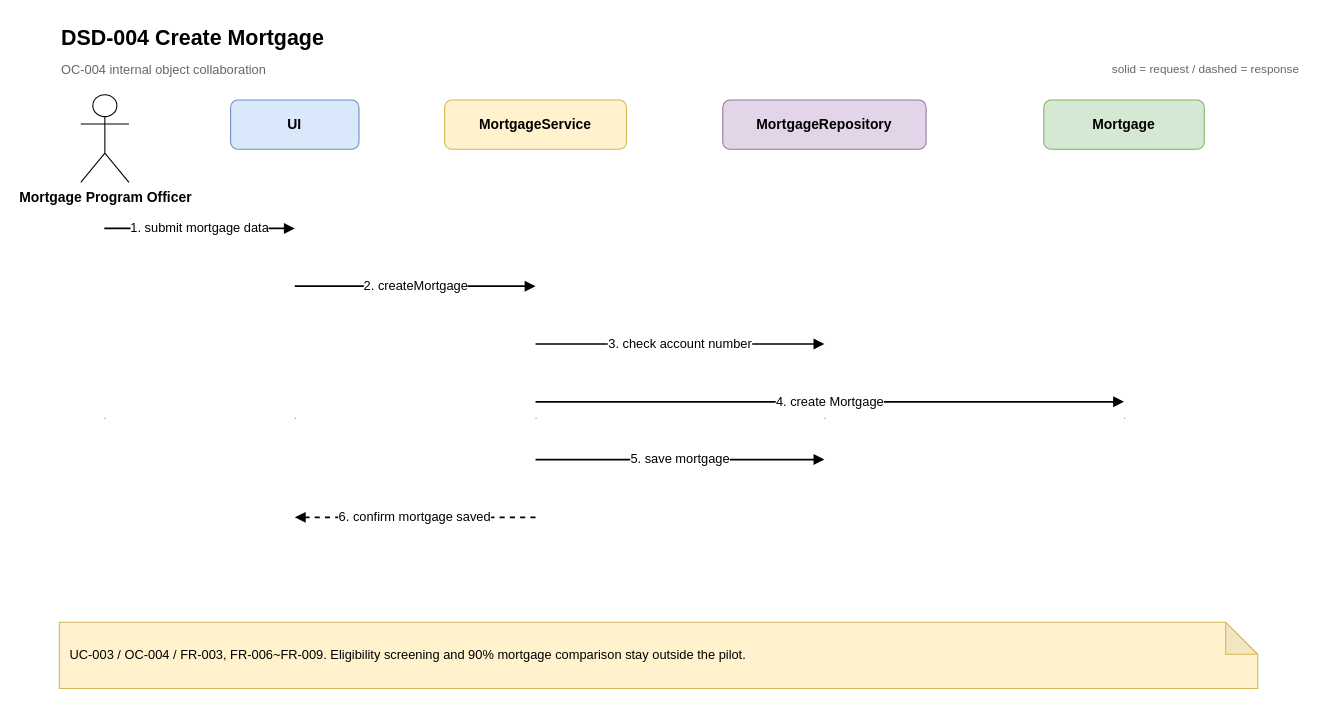
snvnn/Sysad-Term-Project keeps this draw.io diagram as page "DSD-004 Create Mortgage" (4 of 11) of docs/07-design/sequence-diagrams.drawio. Above is the earlier version. Source tidied: cells renumbered, new cells numbered last; positions are measured from the earlier drawing's top-left corner, leaving out a move shared by most shapes. Both pictures are drawn from the tidied source at 107%, with x=0, y=0 at pixel (59, 18).
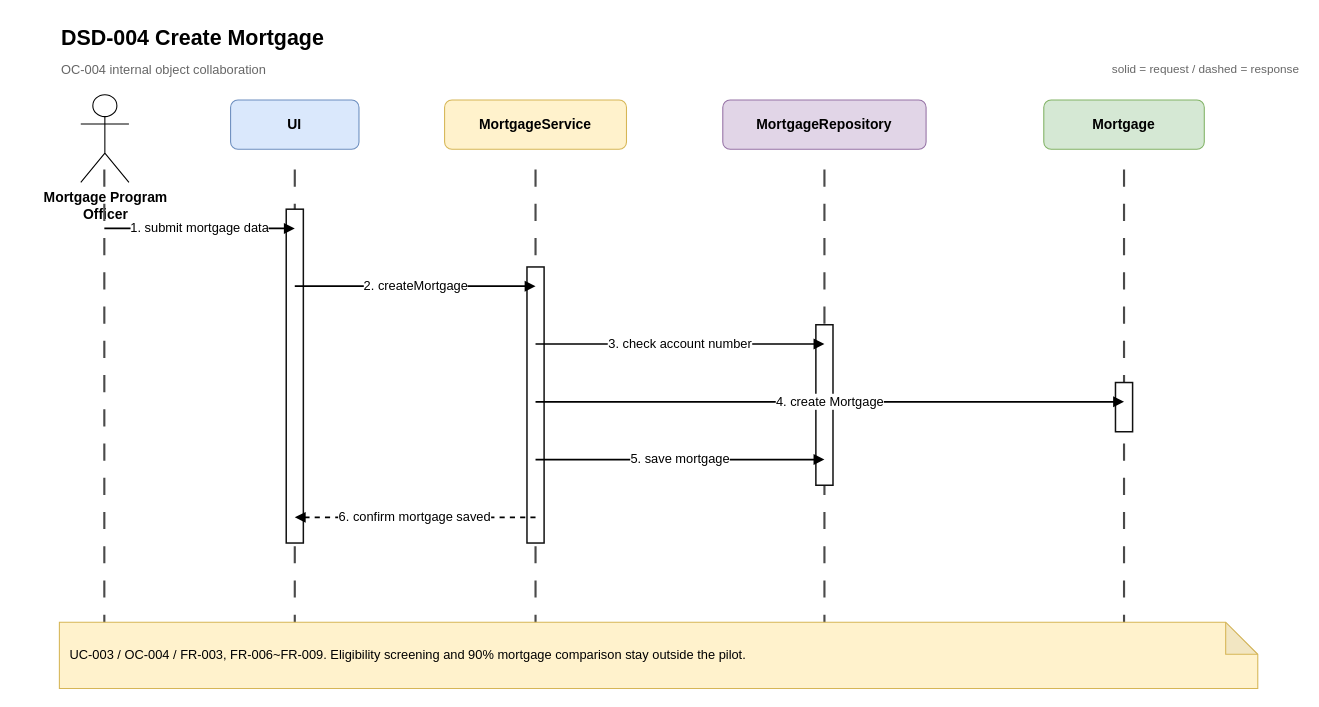
After the change.

What changed in the source:
```diff
@@
-    <mxCell id="5" value="Mortgage Program Officer" style="shape=umlActor;verticalLabelPosition=bottom;verticalAlign=top;html=1;fontSize=13;fontStyle=1;" parent="1" vertex="1">
+    <mxCell id="5" value="Mortgage Program&lt;br&gt;Officer" style="shape=umlActor;verticalLabelPosition=bottom;verticalAlign=top;html=1;fontSize=13;fontStyle=1;" parent="1" vertex="1">
       <mxGeometry x="20" y="71" width="45" height="82" as="geometry" />
     </mxCell>
-    <mxCell id="6" style="shape=line;html=1;strokeColor=#999999;dashed=1;strokeWidth=1;" parent="1" vertex="1">
-      <mxGeometry x="42" y="141" width="1" height="465" as="geometry" />
+    <mxCell id="6" style="endArrow=none;html=1;rounded=0;strokeColor=#4A4A4A;dashed=1;dashPattern=8 8;strokeWidth=2;" parent="1" edge="1">
+      <mxGeometry relative="1" as="geometry">
+        <mxPoint x="42" y="141" as="sourcePoint" />
+        <mxPoint x="42" y="606" as="targetPoint" />
+      </mxGeometry>
     </mxCell>
@@
-    <mxCell id="8" style="shape=line;html=1;strokeColor=#999999;dashed=1;strokeWidth=1;" parent="1" vertex="1">
-      <mxGeometry x="220" y="141" width="1" height="465" as="geometry" />
+    <mxCell id="8" style="endArrow=none;html=1;rounded=0;strokeColor=#4A4A4A;dashed=1;dashPattern=8 8;strokeWidth=2;" parent="1" edge="1">
+      <mxGeometry relative="1" as="geometry">
+        <mxPoint x="220" y="141" as="sourcePoint" />
+        <mxPoint x="220" y="606" as="targetPoint" />
+      </mxGeometry>
     </mxCell>
@@
-    <mxCell id="10" style="shape=line;html=1;strokeColor=#999999;dashed=1;strokeWidth=1;" parent="1" vertex="1">
-      <mxGeometry x="445" y="141" width="1" height="465" as="geometry" />
+    <mxCell id="10" style="endArrow=none;html=1;rounded=0;strokeColor=#4A4A4A;dashed=1;dashPattern=8 8;strokeWidth=2;" parent="1" edge="1">
+      <mxGeometry relative="1" as="geometry">
+        <mxPoint x="445" y="141" as="sourcePoint" />
+        <mxPoint x="445" y="606" as="targetPoint" />
+      </mxGeometry>
     </mxCell>
@@
-    <mxCell id="12" style="shape=line;html=1;strokeColor=#999999;dashed=1;strokeWidth=1;" parent="1" vertex="1">
-      <mxGeometry x="715" y="141" width="1" height="465" as="geometry" />
+    <mxCell id="12" style="endArrow=none;html=1;rounded=0;strokeColor=#4A4A4A;dashed=1;dashPattern=8 8;strokeWidth=2;" parent="1" edge="1">
+      <mxGeometry relative="1" as="geometry">
+        <mxPoint x="715" y="141" as="sourcePoint" />
+        <mxPoint x="715" y="606" as="targetPoint" />
+      </mxGeometry>
     </mxCell>
@@
-    <mxCell id="14" style="shape=line;html=1;strokeColor=#999999;dashed=1;strokeWidth=1;" parent="1" vertex="1">
-      <mxGeometry x="995" y="141" width="1" height="465" as="geometry" />
+    <mxCell id="14" style="endArrow=none;html=1;rounded=0;strokeColor=#4A4A4A;dashed=1;dashPattern=8 8;strokeWidth=2;" parent="1" edge="1">
+      <mxGeometry relative="1" as="geometry">
+        <mxPoint x="995" y="141" as="sourcePoint" />
+        <mxPoint x="995" y="606" as="targetPoint" />
+      </mxGeometry>
     </mxCell>
+    <mxCell id="22" style="rounded=0;whiteSpace=wrap;html=1;fillColor=#FFFFFF;strokeColor=#111111;strokeWidth=1.4;" parent="1" vertex="1">
+      <mxGeometry x="212" y="178" width="16" height="312" as="geometry" />
+    </mxCell>
+    <mxCell id="23" style="rounded=0;whiteSpace=wrap;html=1;fillColor=#FFFFFF;strokeColor=#111111;strokeWidth=1.4;" parent="1" vertex="1">
+      <mxGeometry x="437" y="232" width="16" height="258" as="geometry" />
+    </mxCell>
+    <mxCell id="24" style="rounded=0;whiteSpace=wrap;html=1;fillColor=#FFFFFF;strokeColor=#111111;strokeWidth=1.4;" parent="1" vertex="1">
+      <mxGeometry x="707" y="286" width="16" height="150" as="geometry" />
+    </mxCell>
+    <mxCell id="25" style="rounded=0;whiteSpace=wrap;html=1;fillColor=#FFFFFF;strokeColor=#111111;strokeWidth=1.4;" parent="1" vertex="1">
+      <mxGeometry x="987" y="340" width="16" height="46" as="geometry" />
+    </mxCell>
```
